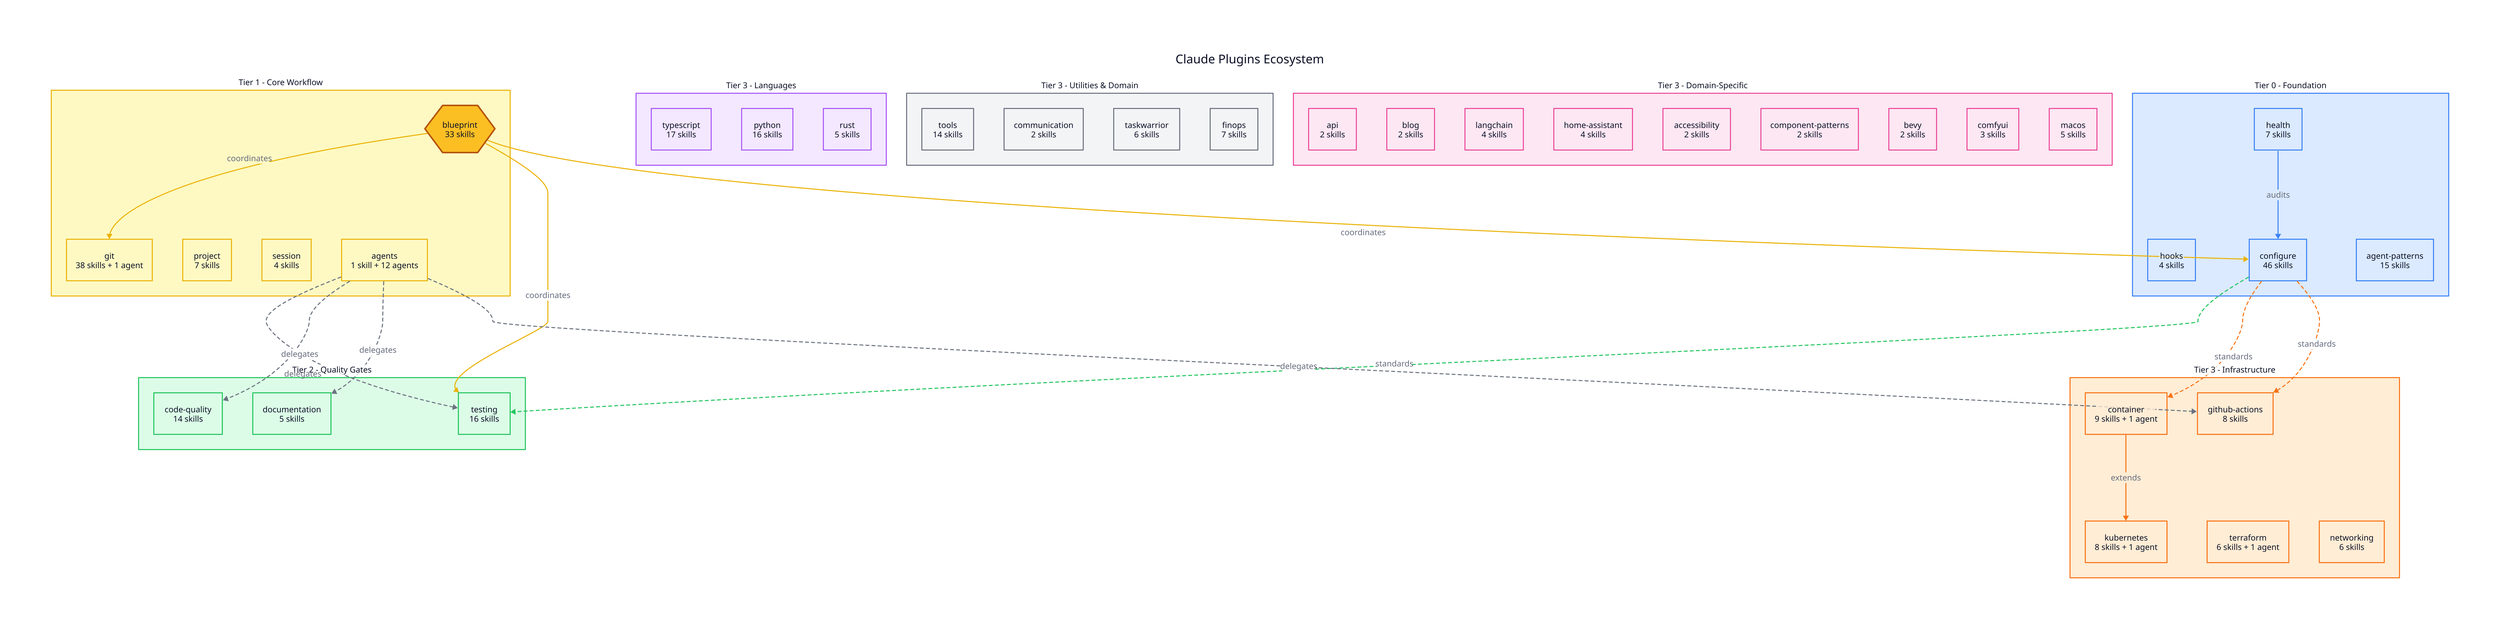
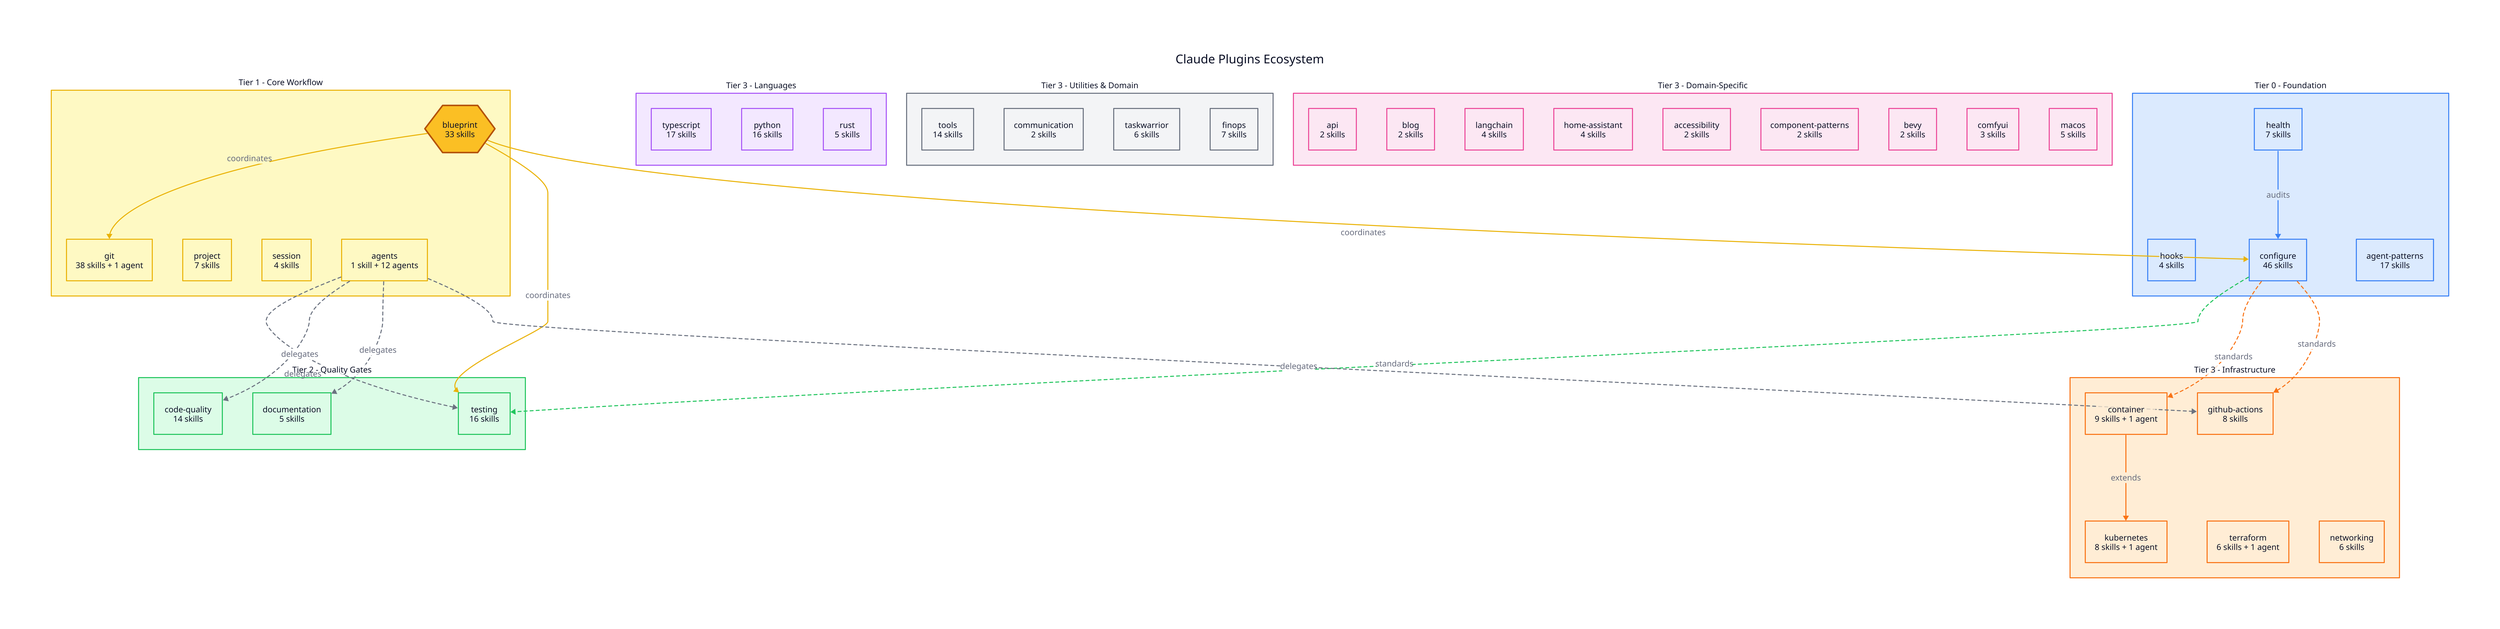
direction: down

title: "Claude Plugins Ecosystem" {
  near: top-center
  shape: text
  style: {
    font-size: 24
    bold: true
  }
}

# === CLASSES ===
classes: {
  foundation: {
    style.fill: "#dbeafe"
    style.stroke: "#3b82f6"
  }
  core: {
    style.fill: "#fef9c3"
    style.stroke: "#eab308"
  }
  quality: {
    style.fill: "#dcfce7"
    style.stroke: "#22c55e"
  }
  language: {
    style.fill: "#f3e8ff"
    style.stroke: "#a855f7"
  }
  infra: {
    style.fill: "#ffedd5"
    style.stroke: "#f97316"
  }
  utility: {
    style.fill: "#f3f4f6"
    style.stroke: "#6b7280"
  }
  domain: {
    style.fill: "#fce7f3"
    style.stroke: "#ec4899"
  }
}

# === TIER 0: FOUNDATION ===
foundation: {
  label: "Tier 0 - Foundation"
  class: foundation
  style.font-size: 16
  style.bold: true

  health: {
    label: "health\n7 skills"
    shape: rectangle
    class: foundation
  }
  hooks: {
    label: "hooks\n4 skills"
    shape: rectangle
    class: foundation
  }
  configure: {
    label: "configure\n46 skills"
    shape: rectangle
    class: foundation
  }
  agent-patterns: {
-     label: "agent-patterns\n15 skills"
+     label: "agent-patterns\n17 skills"
    shape: rectangle
    class: foundation
  }
}

# === TIER 1: CORE WORKFLOW ===
core: {
  label: "Tier 1 - Core Workflow"
  class: core
  style.font-size: 16
  style.bold: true

  blueprint: {
    label: "blueprint\n33 skills"
    shape: hexagon
    style.fill: "#fbbf24"
    style.stroke: "#b45309"
    style.stroke-width: 3
  }
  git: {
    label: "git\n38 skills + 1 agent"
    shape: rectangle
    class: core
  }
  project: {
    label: "project\n7 skills"
    shape: rectangle
    class: core
  }
  session: {
    label: "session\n4 skills"
    shape: rectangle
    class: core
  }
  agents: {
    label: "agents\n1 skill + 12 agents"
    shape: rectangle
    class: core
  }
}

# === TIER 2: QUALITY GATES ===
quality: {
  label: "Tier 2 - Quality Gates"
  class: quality
  style.font-size: 16
  style.bold: true

  testing: {
    label: "testing\n16 skills"
    shape: rectangle
    class: quality
  }
  code-quality: {
    label: "code-quality\n14 skills"
    shape: rectangle
    class: quality
  }
  documentation: {
    label: "documentation\n5 skills"
    shape: rectangle
    class: quality
  }
}

# === TIER 3: LANGUAGE ===
language: {
  label: "Tier 3 - Languages"
  class: language
  style.font-size: 16
  style.bold: true

  typescript: {
    label: "typescript\n17 skills"
    shape: rectangle
    class: language
  }
  python: {
    label: "python\n16 skills"
    shape: rectangle
    class: language
  }
  rust: {
    label: "rust\n5 skills"
    shape: rectangle
    class: language
  }
}

# === TIER 3: INFRASTRUCTURE ===
infra: {
  label: "Tier 3 - Infrastructure"
  class: infra
  style.font-size: 16
  style.bold: true

  container: {
    label: "container\n9 skills + 1 agent"
    shape: rectangle
    class: infra
  }
  kubernetes: {
    label: "kubernetes\n8 skills + 1 agent"
    shape: rectangle
    class: infra
  }
  terraform: {
    label: "terraform\n6 skills + 1 agent"
    shape: rectangle
    class: infra
  }
  github-actions: {
    label: "github-actions\n8 skills"
    shape: rectangle
    class: infra
  }
  networking: {
    label: "networking\n6 skills"
    shape: rectangle
    class: infra
  }
}

# === TIER 3: UTILITIES & DOMAIN ===
utilities: {
  label: "Tier 3 - Utilities & Domain"
  class: utility
  style.font-size: 16
  style.bold: true

  tools: {
    label: "tools\n14 skills"
    shape: rectangle
    class: utility
  }
  communication: {
    label: "communication\n2 skills"
    shape: rectangle
    class: utility
  }
  taskwarrior: {
    label: "taskwarrior\n6 skills"
    shape: rectangle
    class: utility
  }
  finops: {
    label: "finops\n7 skills"
    shape: rectangle
    class: utility
  }
}

domain: {
  label: "Tier 3 - Domain-Specific"
  class: domain
  style.font-size: 16
  style.bold: true

  api: {
    label: "api\n2 skills"
    shape: rectangle
    class: domain
  }
  blog: {
    label: "blog\n2 skills"
    shape: rectangle
    class: domain
  }
  langchain: {
    label: "langchain\n4 skills"
    shape: rectangle
    class: domain
  }
  home-assistant: {
    label: "home-assistant\n4 skills"
    shape: rectangle
    class: domain
  }
  accessibility: {
    label: "accessibility\n2 skills"
    shape: rectangle
    class: domain
  }
  component-patterns: {
    label: "component-patterns\n2 skills"
    shape: rectangle
    class: domain
  }
  bevy: {
    label: "bevy\n2 skills"
    shape: rectangle
    class: domain
  }
  comfyui: {
    label: "comfyui\n3 skills"
    shape: rectangle
    class: domain
  }
  macos: {
    label: "macos\n5 skills"
    shape: rectangle
    class: domain
  }
}

# === RELATIONSHIPS ===

# Foundation flows
foundation.health -> foundation.configure: "audits" {
  style.stroke: "#3b82f6"
}

# Configure provides standards for
foundation.configure -> quality.testing: "standards" {
  style.stroke: "#22c55e"
  style.stroke-dash: 3
}
foundation.configure -> infra.container: "standards" {
  style.stroke: "#f97316"
  style.stroke-dash: 3
}
foundation.configure -> infra.github-actions: "standards" {
  style.stroke: "#f97316"
  style.stroke-dash: 3
}

# Blueprint coordinates
core.blueprint -> core.git: "coordinates" {
  style.stroke: "#eab308"
}
core.blueprint -> quality.testing: "coordinates" {
  style.stroke: "#eab308"
}
core.blueprint -> foundation.configure: "coordinates" {
  style.stroke: "#eab308"
}

# Agents delegate to
core.agents -> quality.testing: "delegates" {
  style.stroke: "#6b7280"
  style.stroke-dash: 3
}
core.agents -> quality.code-quality: "delegates" {
  style.stroke: "#6b7280"
  style.stroke-dash: 3
}
core.agents -> quality.documentation: "delegates" {
  style.stroke: "#6b7280"
  style.stroke-dash: 3
}
core.agents -> infra.github-actions: "delegates" {
  style.stroke: "#6b7280"
  style.stroke-dash: 3
}

# Infrastructure extends
infra.container -> infra.kubernetes: "extends" {
  style.stroke: "#f97316"
}
